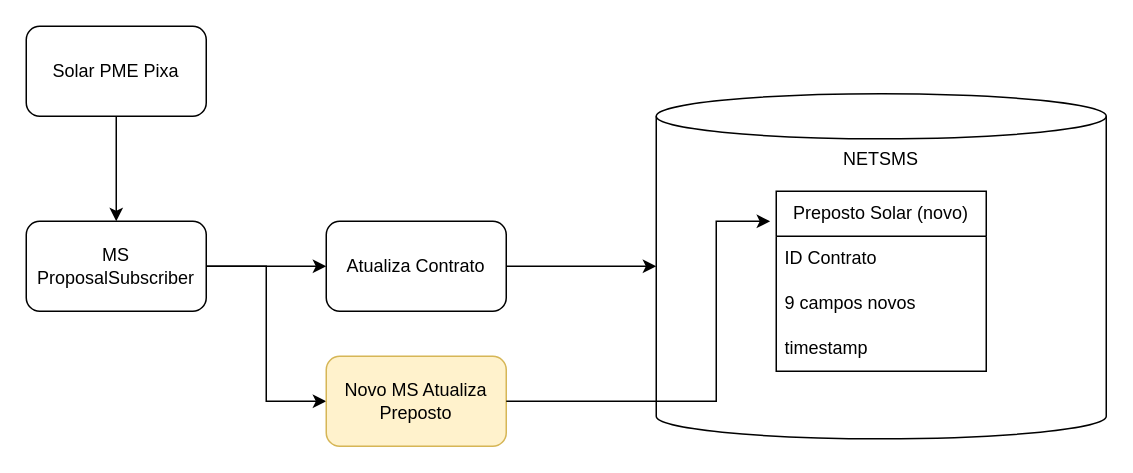
Earlier version of the draw.io diagram Solar PME - Dados de contatos cliente PJ.drawio (samirali/ClaroBrasil). Source tidied: cells renumbered, new cells numbered last; positions are measured from the earlier drawing's top-left corner, leaving out a move shared by most shapes. Both pictures are drawn from the tidied source at 150%, with x=0, y=0 at pixel (26, 26).
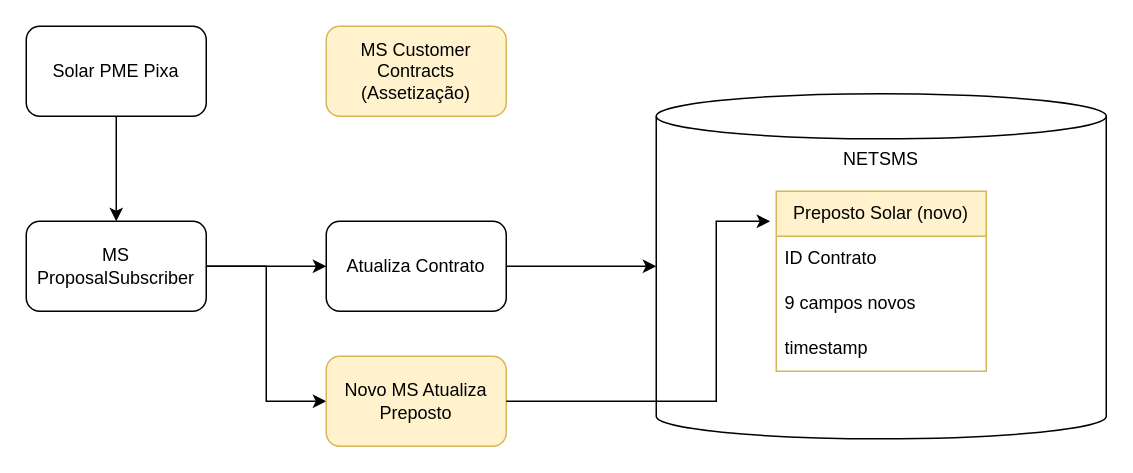
The same page after the edit.

What changed in the source:
```diff
@@
 <mxGraphModel>
   <root>
     <mxCell id="0" />
     <mxCell id="1" parent="0" />
     <mxCell id="2" style="edgeStyle=orthogonalEdgeStyle;rounded=0;jettySize=auto;html=1;" parent="1" edge="1" source="3" target="6">
       <mxGeometry relative="1" as="geometry" />
     </mxCell>
     <mxCell id="3" value="Solar PME Pixa" style="rounded=1;whiteSpace=wrap;html=1;" parent="1" vertex="1">
       <mxGeometry width="120" height="60" as="geometry" />
     </mxCell>
     <mxCell id="4" style="edgeStyle=orthogonalEdgeStyle;rounded=0;jettySize=auto;html=1;" parent="1" edge="1" source="6" target="9">
       <mxGeometry relative="1" as="geometry" />
     </mxCell>
     <mxCell id="5" style="edgeStyle=orthogonalEdgeStyle;rounded=0;jettySize=auto;html=1;entryX=0;entryY=0.5;entryDx=0;entryDy=0;" parent="1" edge="1" source="6" target="7">
       <mxGeometry relative="1" as="geometry" />
     </mxCell>
     <mxCell id="6" value="MS ProposalSubscriber" style="whiteSpace=wrap;html=1;rounded=1;" parent="1" vertex="1">
       <mxGeometry y="130" width="120" height="60" as="geometry" />
     </mxCell>
     <mxCell id="7" value="Novo MS Atualiza Preposto" style="whiteSpace=wrap;html=1;rounded=1;fillColor=#fff2cc;strokeColor=#d6b656;" parent="1" vertex="1">
       <mxGeometry x="200" y="220" width="120" height="60" as="geometry" />
     </mxCell>
     <mxCell id="8" style="edgeStyle=orthogonalEdgeStyle;rounded=0;jettySize=auto;html=1;" parent="1" edge="1" source="9" target="10">
       <mxGeometry relative="1" as="geometry" />
     </mxCell>
     <mxCell id="9" value="Atualiza Contrato" style="whiteSpace=wrap;html=1;rounded=1;" parent="1" vertex="1">
       <mxGeometry x="200" y="130" width="120" height="60" as="geometry" />
     </mxCell>
     <mxCell id="10" value="NETSMS" style="shape=cylinder3;whiteSpace=wrap;html=1;boundedLbl=1;backgroundOutline=1;size=15;verticalAlign=top;" parent="1" vertex="1">
       <mxGeometry x="420" y="45" width="300" height="230" as="geometry" />
     </mxCell>
-    <mxCell id="11" value="Preposto Solar (novo)" style="swimlane;fontStyle=0;horizontal=1;startSize=30;whiteSpace=wrap;html=1;" parent="1" vertex="1">
+    <mxCell id="11" value="Preposto Solar (novo)" style="swimlane;fontStyle=0;horizontal=1;startSize=30;whiteSpace=wrap;html=1;fillColor=#fff2cc;strokeColor=#d6b656;" parent="1" vertex="1">
       <mxGeometry x="500" y="110" width="140" height="120" as="geometry" />
     </mxCell>
     <mxCell id="12" value="ID Contrato" style="text;strokeColor=none;fillColor=none;align=left;verticalAlign=middle;spacingLeft=4;spacingRight=4;overflow=hidden;whiteSpace=wrap;html=1;" parent="11" vertex="1">
       <mxGeometry y="30" width="140" height="30" as="geometry" />
     </mxCell>
     <mxCell id="13" value="9 campos novos" style="text;strokeColor=none;fillColor=none;align=left;verticalAlign=middle;spacingLeft=4;spacingRight=4;overflow=hidden;whiteSpace=wrap;html=1;" parent="11" vertex="1">
       <mxGeometry y="60" width="140" height="30" as="geometry" />
     </mxCell>
     <mxCell id="14" value="timestamp" style="text;strokeColor=none;fillColor=none;align=left;verticalAlign=middle;spacingLeft=4;spacingRight=4;overflow=hidden;whiteSpace=wrap;html=1;" parent="11" vertex="1">
       <mxGeometry y="90" width="140" height="30" as="geometry" />
     </mxCell>
     <mxCell id="15" style="edgeStyle=orthogonalEdgeStyle;rounded=0;jettySize=auto;html=1;entryX=-0.029;entryY=0.167;entryDx=0;entryDy=0;entryPerimeter=0;" parent="1" edge="1" source="7" target="11">
       <mxGeometry relative="1" as="geometry">
         <Array as="points">
           <mxPoint x="460" y="250" />
           <mxPoint x="460" y="130" />
         </Array>
       </mxGeometry>
     </mxCell>
+    <mxCell id="16" value="MS Customer Contracts (Assetização)" style="whiteSpace=wrap;html=1;rounded=1;fillColor=#fff2cc;strokeColor=#d6b656;" parent="1" vertex="1">
+      <mxGeometry x="200" width="120" height="60" as="geometry" />
+    </mxCell>
   </root>
 </mxGraphModel>
```
